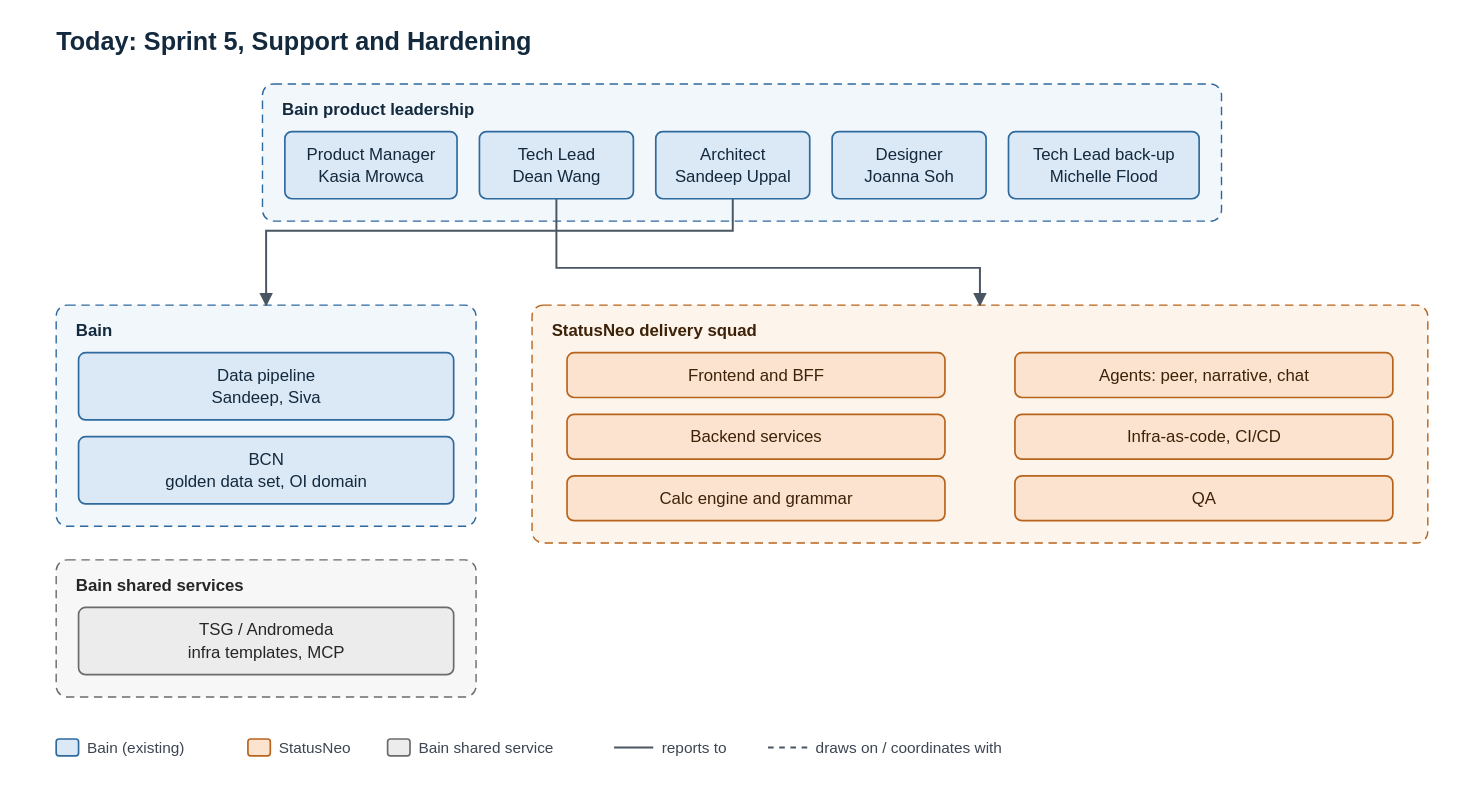
The draw.io diagram context/post-gls-team-structure/diagrams/01-today.drawio.svg in deanwang-bain/OC-TL, before a commit. Source tidied: cells renumbered, new cells last; positions are measured from the earlier drawing's top-left corner, leaving out a move shared by most shapes. Its diagram source:
```xml
<mxGraphModel>
  <root>
    <mxCell id="0" />
    <mxCell id="1" parent="0" />
    <mxCell id="2" value="Today: Sprint 5, Support and Hardening" style="text;html=1;fontSize=18;fontStyle=1;align=left;verticalAlign=middle;fontColor=#13293d;" parent="1" vertex="1">
      <mxGeometry width="900" height="28" as="geometry" />
    </mxCell>
    <mxCell id="3" value="Bain product leadership" style="rounded=1;arcSize=4;whiteSpace=wrap;html=1;dashed=1;fillColor=#f2f7fc;strokeColor=#2f6a9e;fontColor=#13293d;fontStyle=1;align=left;verticalAlign=top;spacingLeft=10;spacingTop=4;" parent="1" vertex="1">
      <mxGeometry x="147.4" y="42" width="685.2" height="98" as="geometry" />
    </mxCell>
    <mxCell id="4" value="Bain" style="rounded=1;arcSize=4;whiteSpace=wrap;html=1;dashed=1;fillColor=#f2f7fc;strokeColor=#2f6a9e;fontColor=#13293d;fontStyle=1;align=left;verticalAlign=top;spacingLeft=10;spacingTop=4;" parent="1" vertex="1">
      <mxGeometry y="200" width="300" height="158" as="geometry" />
    </mxCell>
    <mxCell id="5" value="Bain shared services" style="rounded=1;arcSize=4;whiteSpace=wrap;html=1;dashed=1;fillColor=#f7f7f7;strokeColor=#6b6b6b;fontColor=#262626;fontStyle=1;align=left;verticalAlign=top;spacingLeft=10;spacingTop=4;" parent="1" vertex="1">
      <mxGeometry y="382" width="300" height="98" as="geometry" />
    </mxCell>
    <mxCell id="6" value="StatusNeo delivery squad" style="rounded=1;arcSize=4;whiteSpace=wrap;html=1;dashed=1;fillColor=#fdf4ec;strokeColor=#b8641c;fontColor=#3d2208;fontStyle=1;align=left;verticalAlign=top;spacingLeft=10;spacingTop=4;" parent="1" vertex="1">
      <mxGeometry x="340" y="200" width="640" height="170" as="geometry" />
    </mxCell>
    <mxCell id="7" value="Product Manager&lt;br&gt;Kasia Mrowca" style="rounded=1;whiteSpace=wrap;html=1;fillColor=#dbe8f5;strokeColor=#2f6a9e;fontColor=#13293d;fontSize=12;" parent="1" vertex="1">
      <mxGeometry x="163.4" y="76" width="123" height="48" as="geometry" />
    </mxCell>
    <mxCell id="8" value="Tech Lead&lt;br&gt;Dean Wang" style="rounded=1;whiteSpace=wrap;html=1;fillColor=#dbe8f5;strokeColor=#2f6a9e;fontColor=#13293d;fontSize=12;" parent="1" vertex="1">
      <mxGeometry x="302.4" y="76" width="110" height="48" as="geometry" />
    </mxCell>
    <mxCell id="9" value="Architect&lt;br&gt;Sandeep Uppal" style="rounded=1;whiteSpace=wrap;html=1;fillColor=#dbe8f5;strokeColor=#2f6a9e;fontColor=#13293d;fontSize=12;" parent="1" vertex="1">
      <mxGeometry x="428.4" y="76" width="110" height="48" as="geometry" />
    </mxCell>
    <mxCell id="10" value="Designer&lt;br&gt;Joanna Soh" style="rounded=1;whiteSpace=wrap;html=1;fillColor=#dbe8f5;strokeColor=#2f6a9e;fontColor=#13293d;fontSize=12;" parent="1" vertex="1">
      <mxGeometry x="554.4" y="76" width="110" height="48" as="geometry" />
    </mxCell>
    <mxCell id="11" value="Tech Lead back-up&lt;br&gt;Michelle Flood" style="rounded=1;whiteSpace=wrap;html=1;fillColor=#dbe8f5;strokeColor=#2f6a9e;fontColor=#13293d;fontSize=12;" parent="1" vertex="1">
      <mxGeometry x="680.4" y="76" width="136.2" height="48" as="geometry" />
    </mxCell>
    <mxCell id="12" value="Data pipeline&lt;br&gt;Sandeep, Siva" style="rounded=1;whiteSpace=wrap;html=1;fillColor=#dbe8f5;strokeColor=#2f6a9e;fontColor=#13293d;fontSize=12;" parent="1" vertex="1">
      <mxGeometry x="16" y="234" width="268" height="48" as="geometry" />
    </mxCell>
    <mxCell id="13" value="BCN&lt;br&gt;golden data set, OI domain" style="rounded=1;whiteSpace=wrap;html=1;fillColor=#dbe8f5;strokeColor=#2f6a9e;fontColor=#13293d;fontSize=12;" parent="1" vertex="1">
      <mxGeometry x="16" y="294" width="268" height="48" as="geometry" />
    </mxCell>
    <mxCell id="14" value="TSG / Andromeda&lt;br&gt;infra templates, MCP" style="rounded=1;whiteSpace=wrap;html=1;fillColor=#ececec;strokeColor=#6b6b6b;fontColor=#262626;fontSize=12;" parent="1" vertex="1">
      <mxGeometry x="16" y="416" width="268" height="48" as="geometry" />
    </mxCell>
    <mxCell id="15" value="Frontend and BFF" style="rounded=1;whiteSpace=wrap;html=1;fillColor=#fbe3cf;strokeColor=#b8641c;fontColor=#3d2208;fontSize=12;" parent="1" vertex="1">
      <mxGeometry x="365" y="234" width="270" height="32" as="geometry" />
    </mxCell>
    <mxCell id="16" value="Backend services" style="rounded=1;whiteSpace=wrap;html=1;fillColor=#fbe3cf;strokeColor=#b8641c;fontColor=#3d2208;fontSize=12;" parent="1" vertex="1">
      <mxGeometry x="365" y="278" width="270" height="32" as="geometry" />
    </mxCell>
    <mxCell id="17" value="Calc engine and grammar" style="rounded=1;whiteSpace=wrap;html=1;fillColor=#fbe3cf;strokeColor=#b8641c;fontColor=#3d2208;fontSize=12;" parent="1" vertex="1">
      <mxGeometry x="365" y="322" width="270" height="32" as="geometry" />
    </mxCell>
    <mxCell id="18" value="Agents: peer, narrative, chat" style="rounded=1;whiteSpace=wrap;html=1;fillColor=#fbe3cf;strokeColor=#b8641c;fontColor=#3d2208;fontSize=12;" parent="1" vertex="1">
      <mxGeometry x="685" y="234" width="270" height="32" as="geometry" />
    </mxCell>
    <mxCell id="19" value="Infra-as-code, CI/CD" style="rounded=1;whiteSpace=wrap;html=1;fillColor=#fbe3cf;strokeColor=#b8641c;fontColor=#3d2208;fontSize=12;" parent="1" vertex="1">
      <mxGeometry x="685" y="278" width="270" height="32" as="geometry" />
    </mxCell>
    <mxCell id="20" value="QA" style="rounded=1;whiteSpace=wrap;html=1;fillColor=#fbe3cf;strokeColor=#b8641c;fontColor=#3d2208;fontSize=12;" parent="1" vertex="1">
      <mxGeometry x="685" y="322" width="270" height="32" as="geometry" />
    </mxCell>
    <mxCell id="21" style="edgeStyle=orthogonalEdgeStyle;rounded=0;html=1;endArrow=block;endFill=1;strokeColor=#4a5562;" parent="1" edge="1" source="8" target="6">
      <mxGeometry relative="1" as="geometry" />
    </mxCell>
    <mxCell id="22" style="edgeStyle=orthogonalEdgeStyle;rounded=0;html=1;endArrow=block;endFill=1;strokeColor=#4a5562;" parent="1" edge="1" source="9" target="4">
      <mxGeometry relative="1" as="geometry" />
    </mxCell>
    <mxCell id="23" style="rounded=1;fillColor=#dbe8f5;strokeColor=#2f6a9e;" parent="1" vertex="1">
      <mxGeometry y="510" width="16" height="12" as="geometry" />
    </mxCell>
    <mxCell id="24" value="Bain (existing)" style="text;html=1;align=left;verticalAlign=middle;fontSize=11;fontColor=#3b4652;" parent="1" vertex="1">
      <mxGeometry x="20" y="506" width="103" height="20" as="geometry" />
    </mxCell>
    <mxCell id="25" style="rounded=1;fillColor=#fbe3cf;strokeColor=#b8641c;" parent="1" vertex="1">
      <mxGeometry x="137" y="510" width="16" height="12" as="geometry" />
    </mxCell>
    <mxCell id="26" value="StatusNeo" style="text;html=1;align=left;verticalAlign=middle;fontSize=11;fontColor=#3b4652;" parent="1" vertex="1">
      <mxGeometry x="157" y="506" width="65.8" height="20" as="geometry" />
    </mxCell>
    <mxCell id="27" style="rounded=1;fillColor=#ececec;strokeColor=#6b6b6b;" parent="1" vertex="1">
      <mxGeometry x="236.8" y="510" width="16" height="12" as="geometry" />
    </mxCell>
    <mxCell id="28" value="Bain shared service" style="text;html=1;align=left;verticalAlign=middle;fontSize=11;fontColor=#3b4652;" parent="1" vertex="1">
      <mxGeometry x="256.8" y="506" width="127.8" height="20" as="geometry" />
    </mxCell>
  </root>
</mxGraphModel>
```
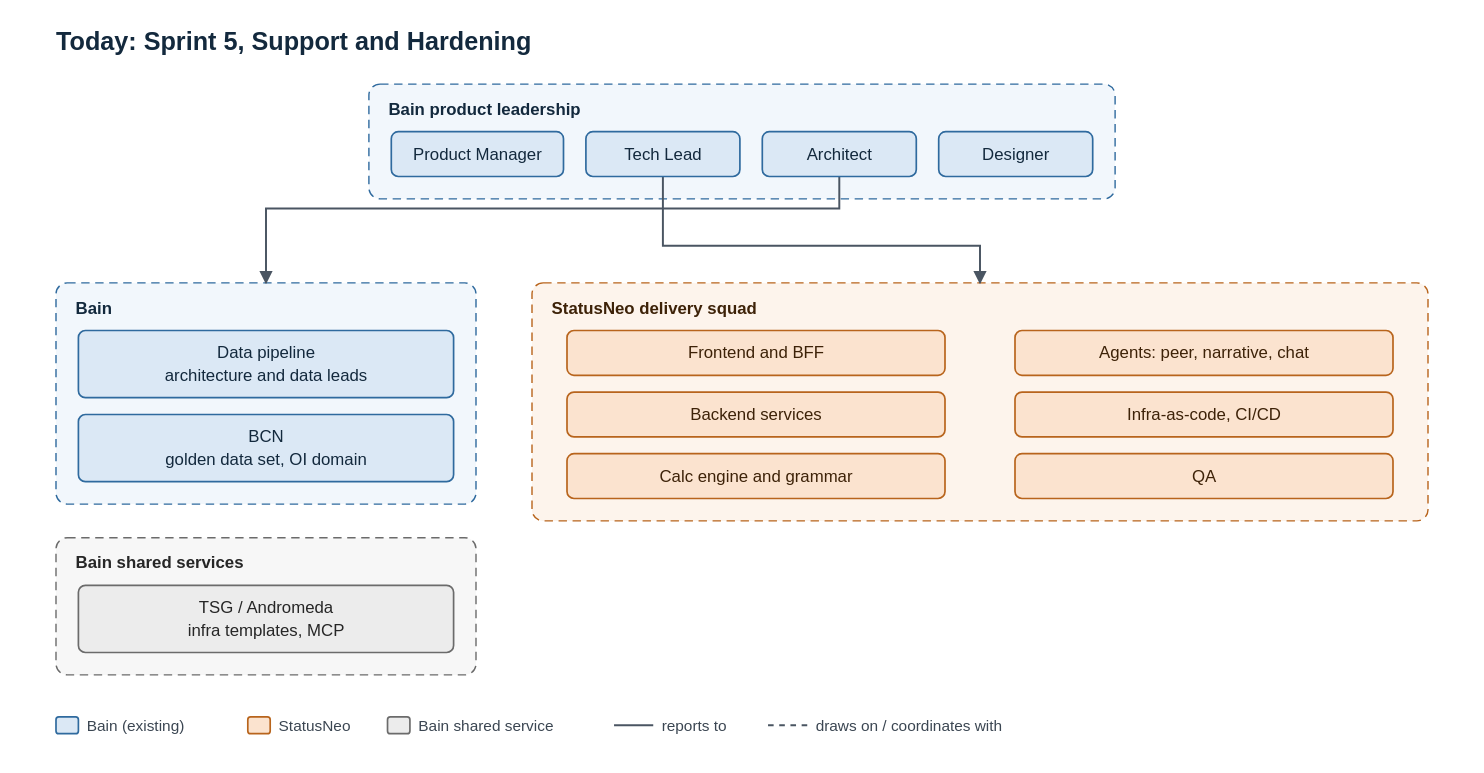
Above is the later version.

Change to the diagram source:
```diff
@@ -3,10 +3,10 @@
     <mxCell id="0" />
     <mxCell id="1" parent="0" />
     <mxCell id="2" value="Today: Sprint 5, Support and Hardening" style="text;html=1;fontSize=18;fontStyle=1;align=left;verticalAlign=middle;fontColor=#13293d;" parent="1" vertex="1">
-      <mxGeometry width="900" height="28" as="geometry" />
+      <mxGeometry y="16" width="900" height="28" as="geometry" />
     </mxCell>
     <mxCell id="3" value="Bain product leadership" style="rounded=1;arcSize=4;whiteSpace=wrap;html=1;dashed=1;fillColor=#f2f7fc;strokeColor=#2f6a9e;fontColor=#13293d;fontStyle=1;align=left;verticalAlign=top;spacingLeft=10;spacingTop=4;" parent="1" vertex="1">
-      <mxGeometry x="147.4" y="42" width="685.2" height="98" as="geometry" />
+      <mxGeometry x="223.5" y="58" width="533" height="82" as="geometry" />
     </mxCell>
     <mxCell id="4" value="Bain" style="rounded=1;arcSize=4;whiteSpace=wrap;html=1;dashed=1;fillColor=#f2f7fc;strokeColor=#2f6a9e;fontColor=#13293d;fontStyle=1;align=left;verticalAlign=top;spacingLeft=10;spacingTop=4;" parent="1" vertex="1">
       <mxGeometry y="200" width="300" height="158" as="geometry" />
@@ -17,22 +17,19 @@
     <mxCell id="6" value="StatusNeo delivery squad" style="rounded=1;arcSize=4;whiteSpace=wrap;html=1;dashed=1;fillColor=#fdf4ec;strokeColor=#b8641c;fontColor=#3d2208;fontStyle=1;align=left;verticalAlign=top;spacingLeft=10;spacingTop=4;" parent="1" vertex="1">
       <mxGeometry x="340" y="200" width="640" height="170" as="geometry" />
     </mxCell>
-    <mxCell id="7" value="Product Manager&lt;br&gt;Kasia Mrowca" style="rounded=1;whiteSpace=wrap;html=1;fillColor=#dbe8f5;strokeColor=#2f6a9e;fontColor=#13293d;fontSize=12;" parent="1" vertex="1">
-      <mxGeometry x="163.4" y="76" width="123" height="48" as="geometry" />
+    <mxCell id="7" value="Product Manager" style="rounded=1;whiteSpace=wrap;html=1;fillColor=#dbe8f5;strokeColor=#2f6a9e;fontColor=#13293d;fontSize=12;" parent="1" vertex="1">
+      <mxGeometry x="239.5" y="92" width="123" height="32" as="geometry" />
     </mxCell>
-    <mxCell id="8" value="Tech Lead&lt;br&gt;Dean Wang" style="rounded=1;whiteSpace=wrap;html=1;fillColor=#dbe8f5;strokeColor=#2f6a9e;fontColor=#13293d;fontSize=12;" parent="1" vertex="1">
-      <mxGeometry x="302.4" y="76" width="110" height="48" as="geometry" />
+    <mxCell id="8" value="Tech Lead" style="rounded=1;whiteSpace=wrap;html=1;fillColor=#dbe8f5;strokeColor=#2f6a9e;fontColor=#13293d;fontSize=12;" parent="1" vertex="1">
+      <mxGeometry x="378.5" y="92" width="110" height="32" as="geometry" />
     </mxCell>
-    <mxCell id="9" value="Architect&lt;br&gt;Sandeep Uppal" style="rounded=1;whiteSpace=wrap;html=1;fillColor=#dbe8f5;strokeColor=#2f6a9e;fontColor=#13293d;fontSize=12;" parent="1" vertex="1">
-      <mxGeometry x="428.4" y="76" width="110" height="48" as="geometry" />
+    <mxCell id="9" value="Architect" style="rounded=1;whiteSpace=wrap;html=1;fillColor=#dbe8f5;strokeColor=#2f6a9e;fontColor=#13293d;fontSize=12;" parent="1" vertex="1">
+      <mxGeometry x="504.5" y="92" width="110" height="32" as="geometry" />
     </mxCell>
-    <mxCell id="10" value="Designer&lt;br&gt;Joanna Soh" style="rounded=1;whiteSpace=wrap;html=1;fillColor=#dbe8f5;strokeColor=#2f6a9e;fontColor=#13293d;fontSize=12;" parent="1" vertex="1">
-      <mxGeometry x="554.4" y="76" width="110" height="48" as="geometry" />
+    <mxCell id="10" value="Designer" style="rounded=1;whiteSpace=wrap;html=1;fillColor=#dbe8f5;strokeColor=#2f6a9e;fontColor=#13293d;fontSize=12;" parent="1" vertex="1">
+      <mxGeometry x="630.5" y="92" width="110" height="32" as="geometry" />
     </mxCell>
-    <mxCell id="11" value="Tech Lead back-up&lt;br&gt;Michelle Flood" style="rounded=1;whiteSpace=wrap;html=1;fillColor=#dbe8f5;strokeColor=#2f6a9e;fontColor=#13293d;fontSize=12;" parent="1" vertex="1">
-      <mxGeometry x="680.4" y="76" width="136.2" height="48" as="geometry" />
-    </mxCell>
-    <mxCell id="12" value="Data pipeline&lt;br&gt;Sandeep, Siva" style="rounded=1;whiteSpace=wrap;html=1;fillColor=#dbe8f5;strokeColor=#2f6a9e;fontColor=#13293d;fontSize=12;" parent="1" vertex="1">
+    <mxCell id="12" value="Data pipeline&lt;br&gt;architecture and data leads" style="rounded=1;whiteSpace=wrap;html=1;fillColor=#dbe8f5;strokeColor=#2f6a9e;fontColor=#13293d;fontSize=12;" parent="1" vertex="1">
       <mxGeometry x="16" y="234" width="268" height="48" as="geometry" />
     </mxCell>
     <mxCell id="13" value="BCN&lt;br&gt;golden data set, OI domain" style="rounded=1;whiteSpace=wrap;html=1;fillColor=#dbe8f5;strokeColor=#2f6a9e;fontColor=#13293d;fontSize=12;" parent="1" vertex="1">
```
